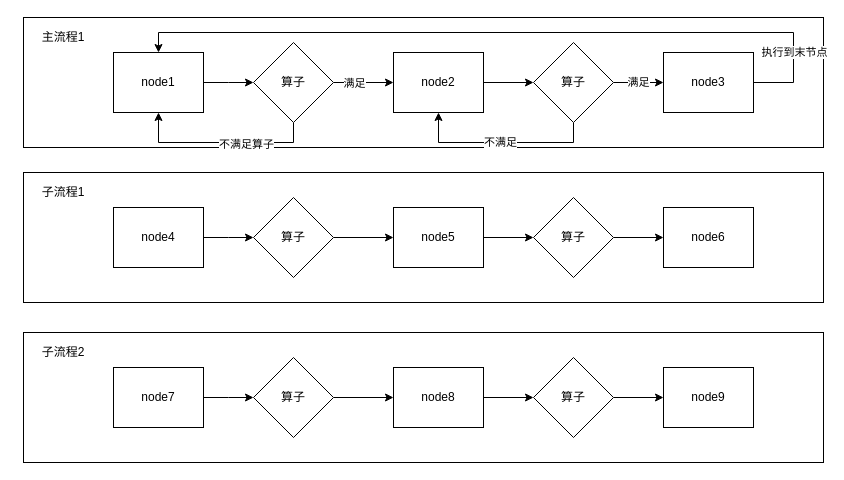
Earlier version of the draw.io diagram Untitled Diagram.drawio (baishi6582/woniu). Source tidied: cells renumbered, new cells numbered last; positions are measured from the earlier drawing's top-left corner, leaving out a move shared by most shapes. Both pictures are drawn from the tidied source at 100%, with x=0, y=0 at pixel (23, 17).
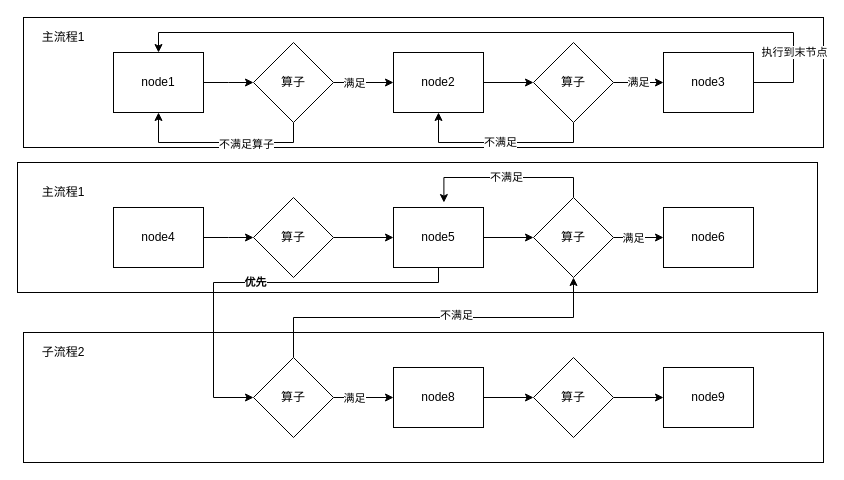
The same page after the edit.

Commit message:
云呼-流程编排

The change refers to these unchanged cells:
```xml
<mxCell id="23" value="node5" style="rounded=0;whiteSpace=wrap;html=1;" parent="1" vertex="1">
  <mxGeometry x="370" y="190" width="90" height="60" as="geometry" />
</mxCell>
<mxCell id="27" style="edgeStyle=orthogonalEdgeStyle;rounded=0;jettySize=auto;html=1;entryX=0;entryY=0.5;entryDx=0;entryDy=0;" parent="1" edge="1" source="28" target="24">
  <mxGeometry relative="1" as="geometry" />
</mxCell>
<mxCell id="28" value="&lt;span&gt;算子&lt;/span&gt;" style="rhombus;whiteSpace=wrap;html=1;" parent="1" vertex="1">
  <mxGeometry x="510" y="180" width="80" height="80" as="geometry" />
</mxCell>
<mxCell id="36" style="edgeStyle=orthogonalEdgeStyle;rounded=0;jettySize=auto;html=1;exitX=1;exitY=0.5;exitDx=0;exitDy=0;entryX=0;entryY=0.5;entryDx=0;entryDy=0;" parent="1" edge="1" source="37" target="34">
  <mxGeometry relative="1" as="geometry" />
</mxCell>
<mxCell id="37" value="&lt;span&gt;算子&lt;/span&gt;" style="rhombus;whiteSpace=wrap;html=1;" parent="1" vertex="1">
  <mxGeometry x="230" y="340" width="80" height="80" as="geometry" />
</mxCell>
```

Change to the diagram source:
```diff
@@
+    <mxCell id="30" style="rounded=0;whiteSpace=wrap;html=1;" parent="1" vertex="1">
+      <mxGeometry y="315" width="800" height="130" as="geometry" />
+    </mxCell>
@@
     <mxCell id="19" style="rounded=0;whiteSpace=wrap;html=1;" parent="1" vertex="1">
-      <mxGeometry y="155" width="800" height="130" as="geometry" />
+      <mxGeometry x="-6" y="145" width="800" height="130" as="geometry" />
     </mxCell>
@@
+    <mxCell id="41" value="&lt;b&gt;优先&lt;/b&gt;" style="edgeStyle=orthogonalEdgeStyle;rounded=0;jettySize=auto;html=1;entryX=0;entryY=0.5;entryDx=0;entryDy=0;" parent="1" edge="1" source="23" target="37">
+      <mxGeometry relative="1" as="geometry">
+        <Array as="points">
+          <mxPoint x="415" y="265" />
+          <mxPoint x="190" y="265" />
+          <mxPoint x="190" y="380" />
+        </Array>
+      </mxGeometry>
+    </mxCell>
@@
+    <mxCell id="42" value="满足" style="edgeLabel;html=1;align=center;verticalAlign=middle;" parent="27" vertex="1">
+      <mxGeometry x="-0.24" relative="1" as="geometry" />
+    </mxCell>
+    <mxCell id="43" value="不满足" style="edgeStyle=orthogonalEdgeStyle;rounded=0;jettySize=auto;html=1;entryX=0.533;entryY=0.308;entryDx=0;entryDy=0;entryPerimeter=0;" parent="1" edge="1" source="28" target="19">
+      <mxGeometry relative="1" as="geometry">
+        <Array as="points">
+          <mxPoint x="550" y="160" />
+          <mxPoint x="420" y="160" />
+        </Array>
+      </mxGeometry>
+    </mxCell>
@@
-    <mxCell id="29" value="子流程1" style="text;html=1;strokeColor=none;fillColor=none;align=center;verticalAlign=middle;whiteSpace=wrap;rounded=0;" parent="1" vertex="1">
+    <mxCell id="29" value="主流程1" style="text;html=1;strokeColor=none;fillColor=none;align=center;verticalAlign=middle;whiteSpace=wrap;rounded=0;" parent="1" vertex="1">
       <mxGeometry x="10" y="160" width="60" height="30" as="geometry" />
     </mxCell>
-    <mxCell id="30" style="rounded=0;whiteSpace=wrap;html=1;" parent="1" vertex="1">
-      <mxGeometry y="315" width="800" height="130" as="geometry" />
-    </mxCell>
-    <mxCell id="31" style="edgeStyle=orthogonalEdgeStyle;rounded=0;jettySize=auto;html=1;exitX=1;exitY=0.5;exitDx=0;exitDy=0;" parent="1" edge="1" source="32">
-      <mxGeometry relative="1" as="geometry">
-        <mxPoint x="230" y="380" as="targetPoint" />
-      </mxGeometry>
-    </mxCell>
-    <mxCell id="32" value="node7" style="rounded=0;whiteSpace=wrap;html=1;" parent="1" vertex="1">
-      <mxGeometry x="90" y="350" width="90" height="60" as="geometry" />
-    </mxCell>
@@
+    <mxCell id="44" value="满足" style="edgeLabel;html=1;align=center;verticalAlign=middle;" parent="36" vertex="1">
+      <mxGeometry x="-0.37" relative="1" as="geometry">
+        <mxPoint x="1" as="offset" />
+      </mxGeometry>
+    </mxCell>
+    <mxCell id="45" style="edgeStyle=orthogonalEdgeStyle;rounded=0;jettySize=auto;html=1;exitX=0.5;exitY=0;exitDx=0;exitDy=0;entryX=0.5;entryY=1;entryDx=0;entryDy=0;" parent="1" edge="1" source="37" target="28">
+      <mxGeometry relative="1" as="geometry" />
+    </mxCell>
+    <mxCell id="46" value="不满足" style="edgeLabel;html=1;align=center;verticalAlign=middle;" parent="45" vertex="1">
+      <mxGeometry x="0.12" y="3" relative="1" as="geometry" />
+    </mxCell>
```
